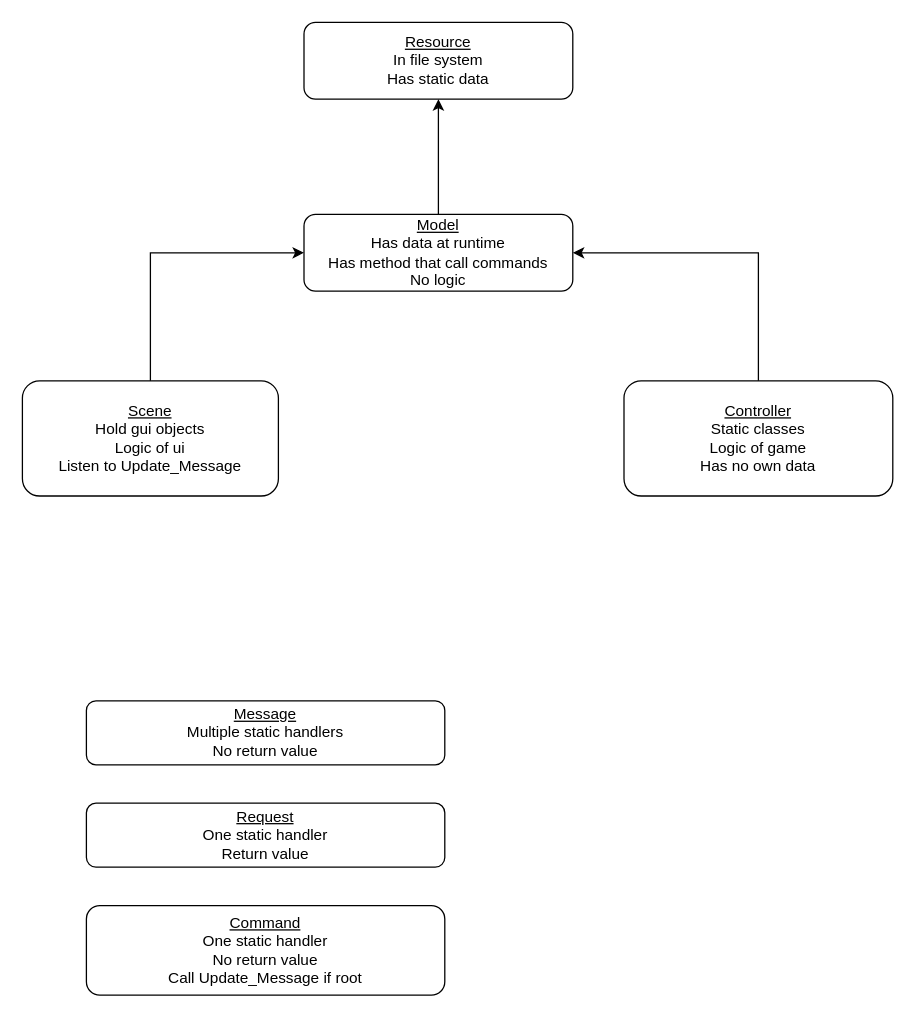
Before: page "Page-1" (1 of 2) of Godot.drawio in kipikipoddev/Godot_Demo, a draw.io diagram. Source tidied: cells renumbered, new cells numbered last; positions are measured from the earlier drawing's top-left corner, leaving out a move shared by most shapes. Both pictures are drawn from the tidied source at 128%, with x=0, y=0 at pixel (22, 22).
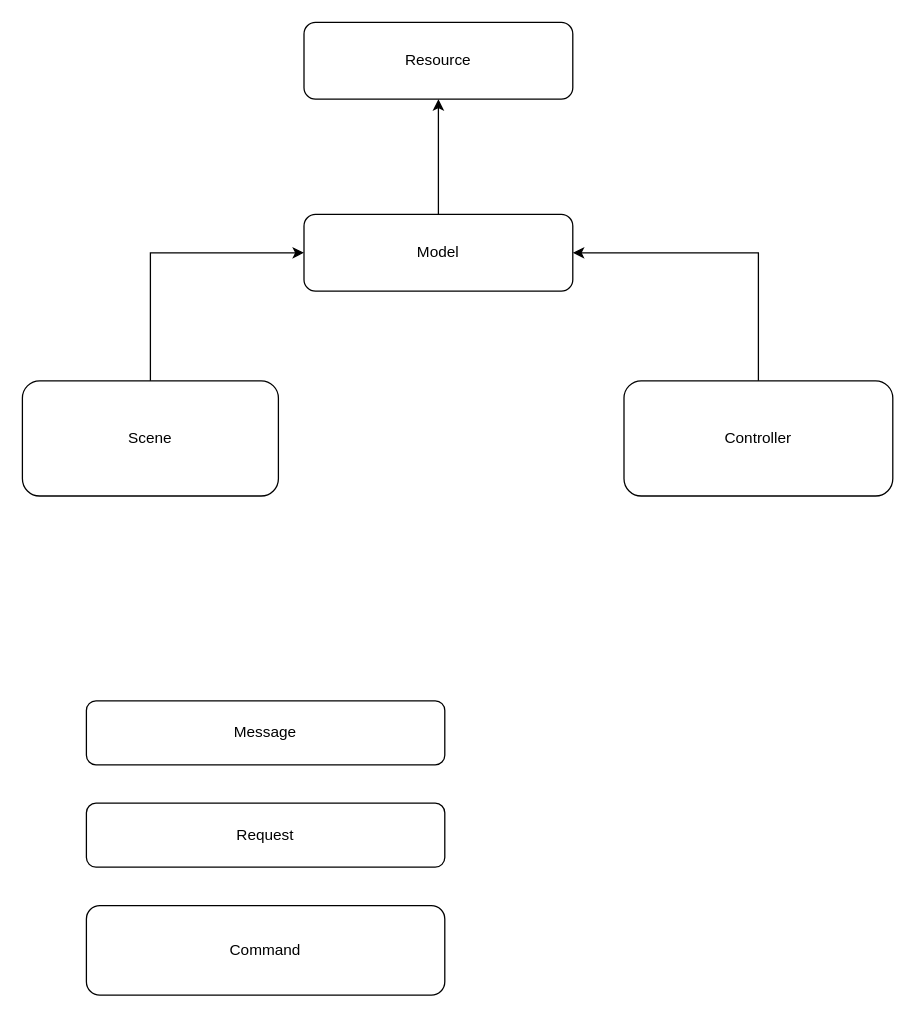
The same diagram, later.

Diff of the diagram source:
```diff
@@
 <mxGraphModel>
   <root>
     <mxCell id="0" />
     <mxCell id="1" parent="0" />
-    <mxCell id="2" value="&lt;u&gt;Scene&lt;/u&gt;&lt;div&gt;Hold gui objects&lt;/div&gt;&lt;div&gt;Logic of ui&lt;/div&gt;&lt;div&gt;Listen to Update_Message&lt;/div&gt;" style="rounded=1;whiteSpace=wrap;html=1;" parent="1" vertex="1">
+    <mxCell id="2" value="Scene" style="rounded=1;whiteSpace=wrap;html=1;" parent="1" vertex="1">
       <mxGeometry y="280" width="200" height="90" as="geometry" />
     </mxCell>
-    <mxCell id="3" value="&lt;u&gt;Model&lt;/u&gt;&lt;div&gt;Has data at runtime&lt;/div&gt;&lt;div&gt;Has method that call commands&lt;/div&gt;&lt;div&gt;No logic&lt;/div&gt;" style="rounded=1;whiteSpace=wrap;html=1;" parent="1" vertex="1">
+    <mxCell id="3" value="Model" style="rounded=1;whiteSpace=wrap;html=1;" parent="1" vertex="1">
       <mxGeometry x="220" y="150" width="210" height="60" as="geometry" />
     </mxCell>
-    <mxCell id="4" value="&lt;u&gt;Controller&lt;/u&gt;&lt;div&gt;Static classes&lt;/div&gt;&lt;div&gt;Logic of game&lt;br&gt;&lt;div&gt;Has no own data&lt;/div&gt;&lt;/div&gt;" style="rounded=1;whiteSpace=wrap;html=1;" parent="1" vertex="1">
+    <mxCell id="4" value="Controller" style="rounded=1;whiteSpace=wrap;html=1;" parent="1" vertex="1">
       <mxGeometry x="470" y="280" width="210" height="90" as="geometry" />
     </mxCell>
-    <mxCell id="5" value="&lt;u&gt;Resource&lt;/u&gt;&lt;div&gt;In file system&lt;br&gt;&lt;/div&gt;&lt;div&gt;Has static data&lt;/div&gt;" style="rounded=1;whiteSpace=wrap;html=1;" parent="1" vertex="1">
+    <mxCell id="5" value="Resource" style="rounded=1;whiteSpace=wrap;html=1;" parent="1" vertex="1">
       <mxGeometry x="220" width="210" height="60" as="geometry" />
     </mxCell>
     <mxCell id="6" style="endArrow=classic;html=1;rounded=0;exitX=0.5;exitY=0;exitDx=0;exitDy=0;entryX=0.5;entryY=1;entryDx=0;entryDy=0;" parent="1" edge="1" source="3" target="5">
       <mxGeometry relative="1" as="geometry" />
     </mxCell>
     <mxCell id="7" style="endArrow=classic;html=1;rounded=0;exitX=0.5;exitY=0;exitDx=0;exitDy=0;entryX=0;entryY=0.5;entryDx=0;entryDy=0;" parent="1" edge="1" source="2" target="3">
       <mxGeometry relative="1" as="geometry">
         <Array as="points">
           <mxPoint x="100" y="180" />
         </Array>
       </mxGeometry>
     </mxCell>
     <mxCell id="8" style="endArrow=classic;html=1;rounded=0;exitX=0.5;exitY=0;exitDx=0;exitDy=0;entryX=1;entryY=0.5;entryDx=0;entryDy=0;" parent="1" edge="1" source="4" target="3">
       <mxGeometry relative="1" as="geometry">
         <Array as="points">
           <mxPoint x="575" y="180" />
         </Array>
       </mxGeometry>
     </mxCell>
-    <mxCell id="9" value="&lt;u&gt;Message&lt;/u&gt;&lt;div&gt;Multiple static handlers&lt;/div&gt;&lt;div&gt;No return value&lt;/div&gt;" style="rounded=1;whiteSpace=wrap;html=1;" parent="1" vertex="1">
+    <mxCell id="9" value="Message" style="rounded=1;whiteSpace=wrap;html=1;" parent="1" vertex="1">
       <mxGeometry x="50" y="530" width="280" height="50" as="geometry" />
     </mxCell>
-    <mxCell id="10" value="&lt;u&gt;Request&lt;/u&gt;&lt;div&gt;One static handler&lt;br&gt;&lt;/div&gt;&lt;div&gt;Return value&lt;/div&gt;" style="rounded=1;whiteSpace=wrap;html=1;" parent="1" vertex="1">
+    <mxCell id="10" value="Request" style="rounded=1;whiteSpace=wrap;html=1;" parent="1" vertex="1">
       <mxGeometry x="50" y="610" width="280" height="50" as="geometry" />
     </mxCell>
-    <mxCell id="11" value="&lt;u&gt;Command&lt;/u&gt;&lt;div&gt;&lt;div&gt;One static handler&lt;/div&gt;&lt;/div&gt;&lt;div&gt;No return value&lt;/div&gt;&lt;div&gt;Call&amp;nbsp;Update_Message if root&lt;/div&gt;" style="rounded=1;whiteSpace=wrap;html=1;" parent="1" vertex="1">
+    <mxCell id="11" value="Command" style="rounded=1;whiteSpace=wrap;html=1;" parent="1" vertex="1">
       <mxGeometry x="50" y="690" width="280" height="70" as="geometry" />
     </mxCell>
   </root>
 </mxGraphModel>
```
